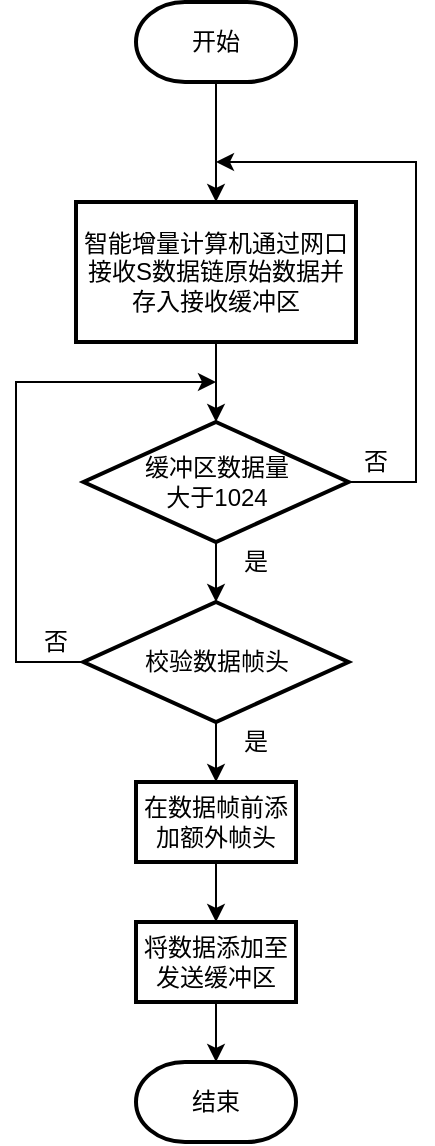
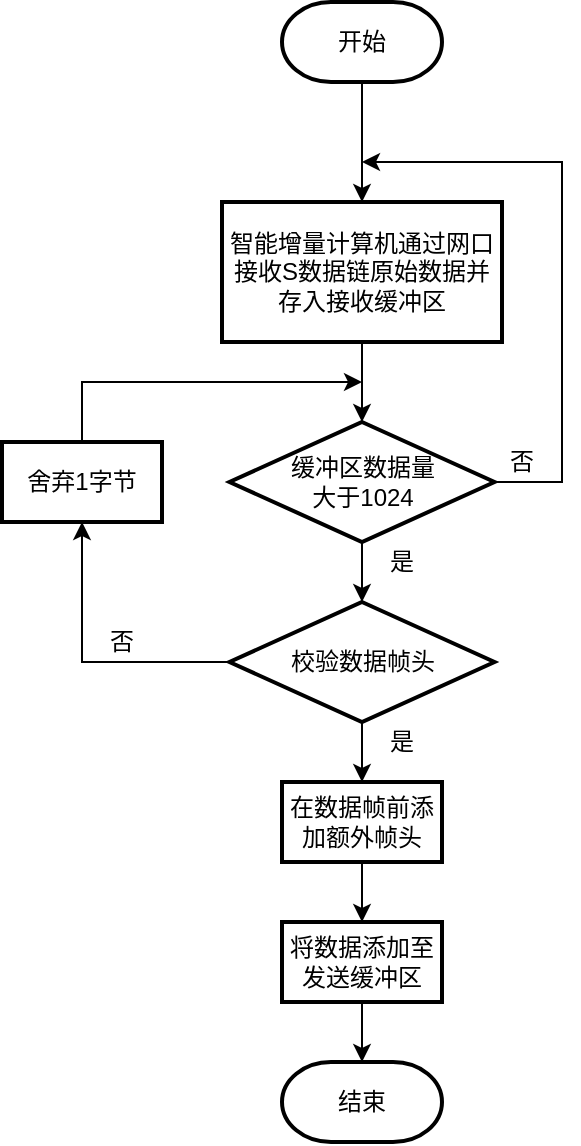
<mxfile host="app.diagrams.net">
  <diagram name="第 1 页" id="v4nI9nYeZImTgYN6z9yT">
    <mxGraphModel dx="645" dy="414" grid="1" gridSize="10" guides="1" tooltips="1" connect="1" arrows="1" fold="1" page="1" pageScale="1" pageWidth="827" pageHeight="1169" math="0" shadow="0">
      <root>
        <mxCell id="0" />
        <mxCell id="1" parent="0" />
        <mxCell id="hEWlXCelXX65bNCAQXbI-1" parent="1" style="strokeWidth=2;html=1;shape=mxgraph.flowchart.terminator;whiteSpace=wrap;" value="开始" vertex="1">
          <mxGeometry height="40" width="80" x="320" y="40" as="geometry" />
        </mxCell>
        <mxCell id="hEWlXCelXX65bNCAQXbI-2" parent="1" style="rounded=1;whiteSpace=wrap;html=1;absoluteArcSize=1;arcSize=0;strokeWidth=2;" value="智能增量计算机通过网口接收S数据链原始数据并存入接收缓冲区" vertex="1">
          <mxGeometry height="70" width="140" x="290" y="140" as="geometry" />
        </mxCell>
        <mxCell id="hEWlXCelXX65bNCAQXbI-3" edge="1" parent="1" source="hEWlXCelXX65bNCAQXbI-4" style="edgeStyle=orthogonalEdgeStyle;rounded=0;orthogonalLoop=1;jettySize=auto;html=1;exitX=1;exitY=0.5;exitDx=0;exitDy=0;exitPerimeter=0;">
          <mxGeometry relative="1" as="geometry">
            <Array as="points">
              <mxPoint x="460" y="280" />
              <mxPoint x="460" y="120" />
            </Array>
            <mxPoint x="360" y="120" as="targetPoint" />
          </mxGeometry>
        </mxCell>
        <mxCell id="hEWlXCelXX65bNCAQXbI-4" parent="1" style="strokeWidth=2;html=1;shape=mxgraph.flowchart.decision;whiteSpace=wrap;" value="缓冲区数据量&lt;div&gt;大于1024&lt;br&gt;&lt;/div&gt;" vertex="1">
          <mxGeometry height="60" width="132.5" x="293.75" y="250" as="geometry" />
        </mxCell>
        <mxCell id="hEWlXCelXX65bNCAQXbI-5" edge="1" parent="1" source="hEWlXCelXX65bNCAQXbI-1" style="endArrow=classic;html=1;rounded=0;exitX=0.5;exitY=1;exitDx=0;exitDy=0;exitPerimeter=0;" target="hEWlXCelXX65bNCAQXbI-2" value="">
          <mxGeometry height="50" relative="1" width="50" as="geometry">
            <mxPoint x="430" y="250" as="sourcePoint" />
            <mxPoint x="480" y="200" as="targetPoint" />
          </mxGeometry>
        </mxCell>
        <mxCell id="hEWlXCelXX65bNCAQXbI-6" edge="1" parent="1" source="hEWlXCelXX65bNCAQXbI-2" style="endArrow=classic;html=1;rounded=0;exitX=0.5;exitY=1;exitDx=0;exitDy=0;entryX=0.5;entryY=0;entryDx=0;entryDy=0;entryPerimeter=0;" target="hEWlXCelXX65bNCAQXbI-4" value="">
          <mxGeometry height="50" relative="1" width="50" as="geometry">
            <mxPoint x="370" y="200" as="sourcePoint" />
            <mxPoint x="420" y="150" as="targetPoint" />
          </mxGeometry>
        </mxCell>
        <mxCell id="hEWlXCelXX65bNCAQXbI-7" edge="1" parent="1" source="hEWlXCelXX65bNCAQXbI-4" style="endArrow=classic;html=1;rounded=0;exitX=0.5;exitY=1;exitDx=0;exitDy=0;exitPerimeter=0;entryX=0.5;entryY=0;entryDx=0;entryDy=0;entryPerimeter=0;" target="uc5LyBPZUDBUx0uEdSXh-1" value="">
          <mxGeometry height="50" relative="1" width="50" as="geometry">
            <mxPoint x="340" y="399" as="sourcePoint" />
            <mxPoint x="360" y="340" as="targetPoint" />
          </mxGeometry>
        </mxCell>
        <mxCell id="hEWlXCelXX65bNCAQXbI-8" parent="1" style="text;html=1;whiteSpace=wrap;strokeColor=none;fillColor=none;align=center;verticalAlign=middle;rounded=0;" value="是" vertex="1">
          <mxGeometry height="20" width="40" x="360" y="310" as="geometry" />
        </mxCell>
        <mxCell id="hEWlXCelXX65bNCAQXbI-9" edge="1" parent="1" source="uc5LyBPZUDBUx0uEdSXh-1" style="endArrow=classic;html=1;rounded=0;exitX=0.5;exitY=1;exitDx=0;exitDy=0;entryX=0.5;entryY=0;entryDx=0;entryDy=0;exitPerimeter=0;" target="hEWlXCelXX65bNCAQXbI-14" value="">
          <mxGeometry height="50" relative="1" width="50" as="geometry">
            <mxPoint x="360" y="410" as="sourcePoint" />
            <mxPoint x="360" y="470" as="targetPoint" />
          </mxGeometry>
        </mxCell>
        <mxCell id="hEWlXCelXX65bNCAQXbI-10" parent="1" style="text;html=1;whiteSpace=wrap;strokeColor=none;fillColor=none;align=center;verticalAlign=middle;rounded=0;" value="否" vertex="1">
          <mxGeometry height="20" width="40" x="420" y="260" as="geometry" />
        </mxCell>
        <mxCell id="hEWlXCelXX65bNCAQXbI-12" parent="1" style="strokeWidth=2;html=1;shape=mxgraph.flowchart.terminator;whiteSpace=wrap;" value="结束" vertex="1">
          <mxGeometry height="40" width="80" x="320" y="570" as="geometry" />
        </mxCell>
        <mxCell id="hEWlXCelXX65bNCAQXbI-13" edge="1" parent="1" source="hEWlXCelXX65bNCAQXbI-14" style="edgeStyle=orthogonalEdgeStyle;rounded=0;orthogonalLoop=1;jettySize=auto;html=1;entryX=0.5;entryY=0;entryDx=0;entryDy=0;" target="hEWlXCelXX65bNCAQXbI-18" value="">
          <mxGeometry relative="1" as="geometry">
            <mxPoint x="360.0526315789473" y="500" as="targetPoint" />
          </mxGeometry>
        </mxCell>
        <mxCell id="hEWlXCelXX65bNCAQXbI-14" parent="1" style="rounded=1;whiteSpace=wrap;html=1;absoluteArcSize=1;arcSize=0;strokeWidth=2;" value="在数据帧前添加额外帧头" vertex="1">
          <mxGeometry height="40" width="80" x="320" y="430" as="geometry" />
        </mxCell>
        <mxCell id="hEWlXCelXX65bNCAQXbI-17" edge="1" parent="1" source="hEWlXCelXX65bNCAQXbI-18" style="edgeStyle=orthogonalEdgeStyle;rounded=0;orthogonalLoop=1;jettySize=auto;html=1;" target="hEWlXCelXX65bNCAQXbI-12" value="">
          <mxGeometry relative="1" as="geometry" />
        </mxCell>
        <mxCell id="hEWlXCelXX65bNCAQXbI-18" parent="1" style="rounded=1;whiteSpace=wrap;html=1;absoluteArcSize=1;arcSize=0;strokeWidth=2;" value="将数据添加至发送缓冲区" vertex="1">
          <mxGeometry height="40" width="80" x="320" y="500" as="geometry" />
        </mxCell>
-         <mxCell id="uc5LyBPZUDBUx0uEdSXh-2" edge="1" parent="1" source="uc5LyBPZUDBUx0uEdSXh-1" style="edgeStyle=orthogonalEdgeStyle;rounded=0;orthogonalLoop=1;jettySize=auto;html=1;">
-           <mxGeometry relative="1" as="geometry">
-             <Array as="points">
-               <mxPoint x="260" y="370" />
-               <mxPoint x="260" y="230" />
-               <mxPoint x="360" y="230" />
-             </Array>
-             <mxPoint x="360" y="230" as="targetPoint" />
-           </mxGeometry>
-         </mxCell>
        <mxCell id="uc5LyBPZUDBUx0uEdSXh-1" parent="1" style="strokeWidth=2;html=1;shape=mxgraph.flowchart.decision;whiteSpace=wrap;" value="&lt;div&gt;校验数据帧头&lt;/div&gt;" vertex="1">
          <mxGeometry height="60" width="132.5" x="293.75" y="340" as="geometry" />
        </mxCell>
        <mxCell id="uc5LyBPZUDBUx0uEdSXh-3" parent="1" style="text;html=1;whiteSpace=wrap;strokeColor=none;fillColor=none;align=center;verticalAlign=middle;rounded=0;" value="是" vertex="1">
          <mxGeometry height="20" width="40" x="360" y="400" as="geometry" />
        </mxCell>
+         <mxCell id="uc5LyBPZUDBUx0uEdSXh-6" edge="1" parent="1" source="uc5LyBPZUDBUx0uEdSXh-1" style="edgeStyle=orthogonalEdgeStyle;rounded=0;orthogonalLoop=1;jettySize=auto;html=1;exitX=0;exitY=0.5;exitDx=0;exitDy=0;entryX=0.5;entryY=1;entryDx=0;entryDy=0;exitPerimeter=0;" target="uc5LyBPZUDBUx0uEdSXh-5">
+           <mxGeometry relative="1" as="geometry" />
+         </mxCell>
        <mxCell id="uc5LyBPZUDBUx0uEdSXh-4" parent="1" style="text;html=1;whiteSpace=wrap;strokeColor=none;fillColor=none;align=center;verticalAlign=middle;rounded=0;" value="否" vertex="1">
-           <mxGeometry height="20" width="40" x="260" y="350" as="geometry" />
+           <mxGeometry height="20" width="40" x="220" y="350" as="geometry" />
+         </mxCell>
+         <mxCell id="uc5LyBPZUDBUx0uEdSXh-7" edge="1" parent="1" source="uc5LyBPZUDBUx0uEdSXh-5" style="edgeStyle=orthogonalEdgeStyle;rounded=0;orthogonalLoop=1;jettySize=auto;html=1;">
+           <mxGeometry relative="1" as="geometry">
+             <Array as="points">
+               <mxPoint x="220" y="230" />
+             </Array>
+             <mxPoint x="360" y="230" as="targetPoint" />
+           </mxGeometry>
+         </mxCell>
+         <mxCell id="uc5LyBPZUDBUx0uEdSXh-5" parent="1" style="rounded=1;whiteSpace=wrap;html=1;absoluteArcSize=1;arcSize=0;strokeWidth=2;" value="舍弃1字节" vertex="1">
+           <mxGeometry height="40" width="80" x="180" y="260" as="geometry" />
        </mxCell>
      </root>
    </mxGraphModel>
  </diagram>
</mxfile>
